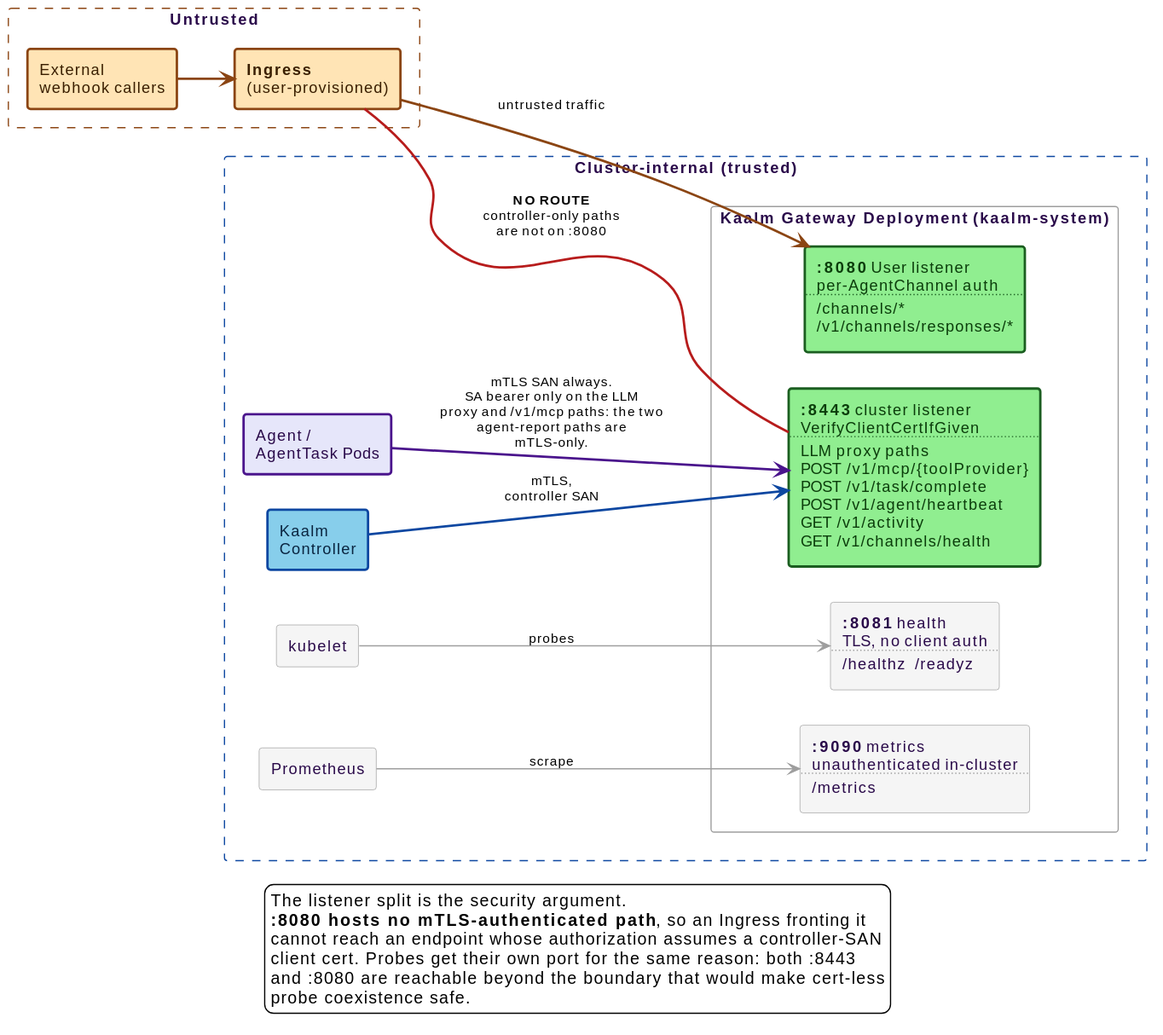
Above: docs/src/diagrams/gateway-listener-ports.svg in win07xp/kaalm (PlantUML), before the change.
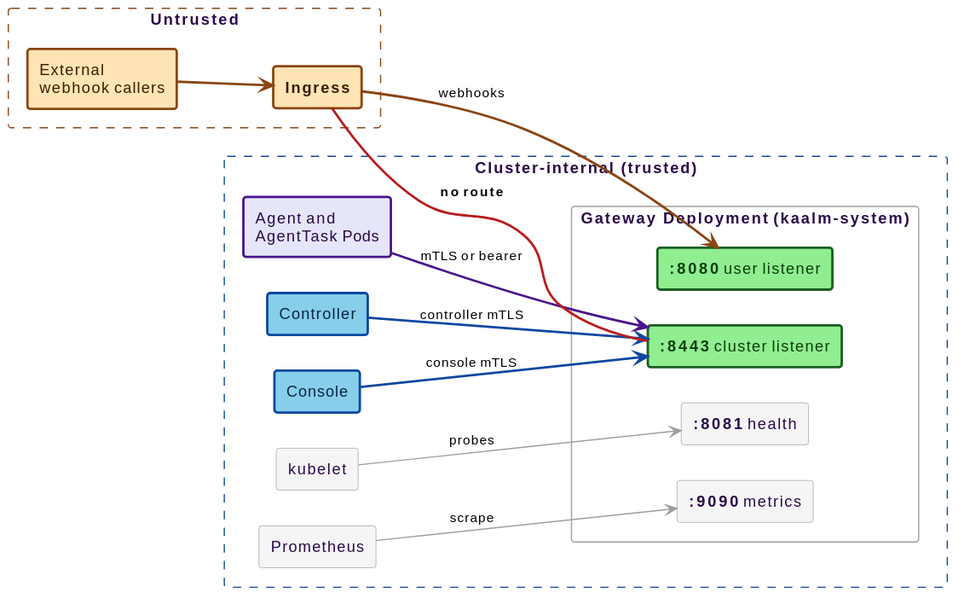
After the commit.

The edit, as a diff of the source:
```diff
@@ -4,39 +4,30 @@
 
 rectangle "**Untrusted**" as untrusted #line:8B4513;line.dashed {
   rectangle "External\nwebhook callers" as ext #back:FFE4B5;line:8B4513;line.bold;text:3a1f00
-  rectangle "**Ingress**\n(user-provisioned)" as ing #back:FFE4B5;line:8B4513;line.bold;text:3a1f00
+  rectangle "**Ingress**" as ing #back:FFE4B5;line:8B4513;line.bold;text:3a1f00
 }
 
 rectangle "**Cluster-internal (trusted)**" as trusted #line:0D47A1;line.dashed {
-
-  rectangle "Agent /\nAgentTask Pods" as pods #back:E6E6FA;line:4A148C;line.bold;text:2a0a4a
-  rectangle "Kaalm\nController" as ctrl #back:87CEEB;line:0D47A1;line.bold;text:0a2540
+  rectangle "Agent and\nAgentTask Pods" as pods #back:E6E6FA;line:4A148C;line.bold;text:2a0a4a
+  rectangle "Controller" as ctrl #back:87CEEB;line:0D47A1;line.bold;text:0a2540
+  rectangle "Console" as console #back:87CEEB;line:0D47A1;line.bold;text:0a2540
   rectangle "kubelet" as kubelet #back:F5F5F5;line:9E9E9E;text:2a0a4a
   rectangle "Prometheus" as prom #back:F5F5F5;line:9E9E9E;text:2a0a4a
 
-  rectangle "**Kaalm Gateway Deployment** (kaalm-system)" as gw {
-    rectangle "**:8443** cluster listener\nVerifyClientCertIfGiven\n....\nLLM proxy paths\nPOST /v1/mcp/{toolProvider}\nPOST /v1/task/complete\nPOST /v1/agent/heartbeat\nGET /v1/activity\nGET /v1/channels/health" as p8443 #back:90EE90;line:1B5E20;line.bold;text:0b3d0b
-    rectangle "**:8080** User listener\nper-AgentChannel auth\n....\n/channels/*\n/v1/channels/responses/*" as p8080 #back:90EE90;line:1B5E20;line.bold;text:0b3d0b
-    rectangle "**:8081** health\nTLS, no client auth\n....\n/healthz  /readyz" as p8081 #back:F5F5F5;line:9E9E9E;text:2a0a4a
-    rectangle "**:9090** metrics\nunauthenticated in-cluster\n....\n/metrics" as p9090 #back:F5F5F5;line:9E9E9E;text:2a0a4a
+  rectangle "**Gateway Deployment** (kaalm-system)" as gw {
+    rectangle "**:8080** user listener" as p8080 #back:90EE90;line:1B5E20;line.bold;text:0b3d0b
+    rectangle "**:8443** cluster listener" as p8443 #back:90EE90;line:1B5E20;line.bold;text:0b3d0b
+    rectangle "**:8081** health" as p8081 #back:F5F5F5;line:9E9E9E;text:2a0a4a
+    rectangle "**:9090** metrics" as p9090 #back:F5F5F5;line:9E9E9E;text:2a0a4a
   }
 }
 
 ext -[#8B4513,bold]-> ing
-ing -[#8B4513,bold]-> p8080 : untrusted traffic
-pods -[#4A148C,bold]-> p8443 : mTLS SAN always.\nSA bearer only on the LLM\nproxy and /v1/mcp paths: the two\nagent-report paths are\nmTLS-only.
-ctrl -[#0D47A1,bold]-> p8443 : mTLS,\ncontroller SAN
+ing -[#8B4513,bold]-> p8080 : webhooks
+pods -[#4A148C,bold]-> p8443 : mTLS or bearer
+ctrl -[#0D47A1,bold]-> p8443 : controller mTLS
+console -[#0D47A1,bold]-> p8443 : console mTLS
 kubelet -[#9E9E9E]-> p8081 : probes
 prom -[#9E9E9E]-> p9090 : scrape
-
-ing .[#B71C1C,bold]. p8443 : **NO ROUTE**\ncontroller-only paths\nare not on :8080
-
-legend bottom
-  The listener split is the security argument.
-  **:8080 hosts no mTLS-authenticated path**, so an Ingress fronting it
-  cannot reach an endpoint whose authorization assumes a controller-SAN
-  client cert. Probes get their own port for the same reason: both :8443
-  and :8080 are reachable beyond the boundary that would make cert-less
-  probe coexistence safe.
-endlegend
+ing .[#B71C1C,bold]. p8443 : \n\n\n**no route**
 @enduml
```
